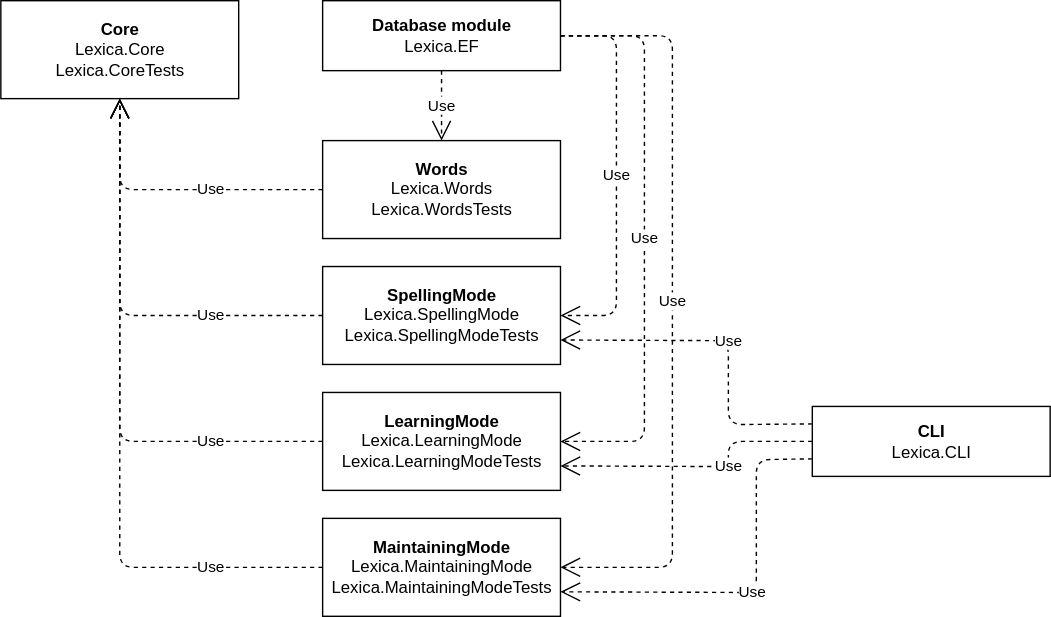
lrydzkowski/Lexica keeps this draw.io diagram as Docs/Project/diagrams/modules.svg. Above is the earlier version. Source tidied: cells renumbered, new cells last; positions are measured from the earlier drawing's top-left corner, leaving out a move shared by most shapes.
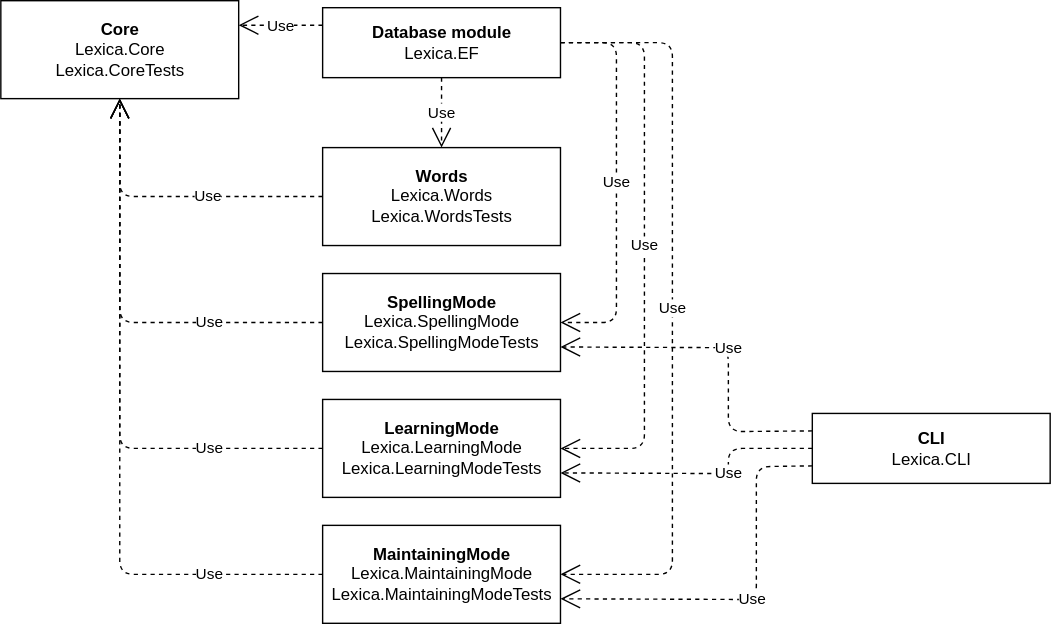
Above is the later version.

Diff of the diagram source:
```diff
@@ -3,7 +3,7 @@
     <mxCell id="0" />
     <mxCell id="1" parent="0" />
     <mxCell id="2" value="&lt;b&gt;Core&lt;/b&gt;&lt;br&gt;Lexica.Core&lt;br&gt;Lexica.CoreTests" style="html=1;" parent="1" vertex="1">
-      <mxGeometry width="170" height="70" as="geometry" />
+      <mxGeometry y="-5" width="170" height="70" as="geometry" />
     </mxCell>
     <mxCell id="3" value="&lt;b&gt;Database module&lt;/b&gt;&lt;br&gt;Lexica.EF" style="html=1;" parent="1" vertex="1">
       <mxGeometry x="230" width="170" height="50" as="geometry" />
@@ -23,9 +23,8 @@
     <mxCell id="8" value="&lt;b&gt;Words&lt;/b&gt;&lt;br&gt;Lexica.Words&lt;br&gt;Lexica.WordsTests" style="html=1;" parent="1" vertex="1">
       <mxGeometry x="230" y="100" width="170" height="70" as="geometry" />
     </mxCell>
-    <mxCell id="9" value="Use" style="endArrow=open;endSize=12;dashed=1;html=1;exitX=0;exitY=0.5;exitDx=0;exitDy=0;" parent="1" edge="1" source="8">
+    <mxCell id="9" value="Use" style="endArrow=open;endSize=12;dashed=1;html=1;exitX=0;exitY=0.5;exitDx=0;exitDy=0;entryX=0.5;entryY=1;entryDx=0;entryDy=0;" parent="1" edge="1" source="8" target="2">
       <mxGeometry x="-0.24" relative="1" as="geometry">
-        <mxPoint x="85" y="70" as="targetPoint" />
         <Array as="points">
           <mxPoint x="85" y="135" />
         </Array>
@@ -104,5 +103,8 @@
         </Array>
       </mxGeometry>
     </mxCell>
+    <mxCell id="20" value="Use" style="endArrow=open;endSize=12;dashed=1;html=1;exitX=0;exitY=0.25;exitDx=0;exitDy=0;entryX=1;entryY=0.25;entryDx=0;entryDy=0;" parent="1" edge="1" source="3" target="2">
+      <mxGeometry relative="1" as="geometry" />
+    </mxCell>
   </root>
 </mxGraphModel>
```
